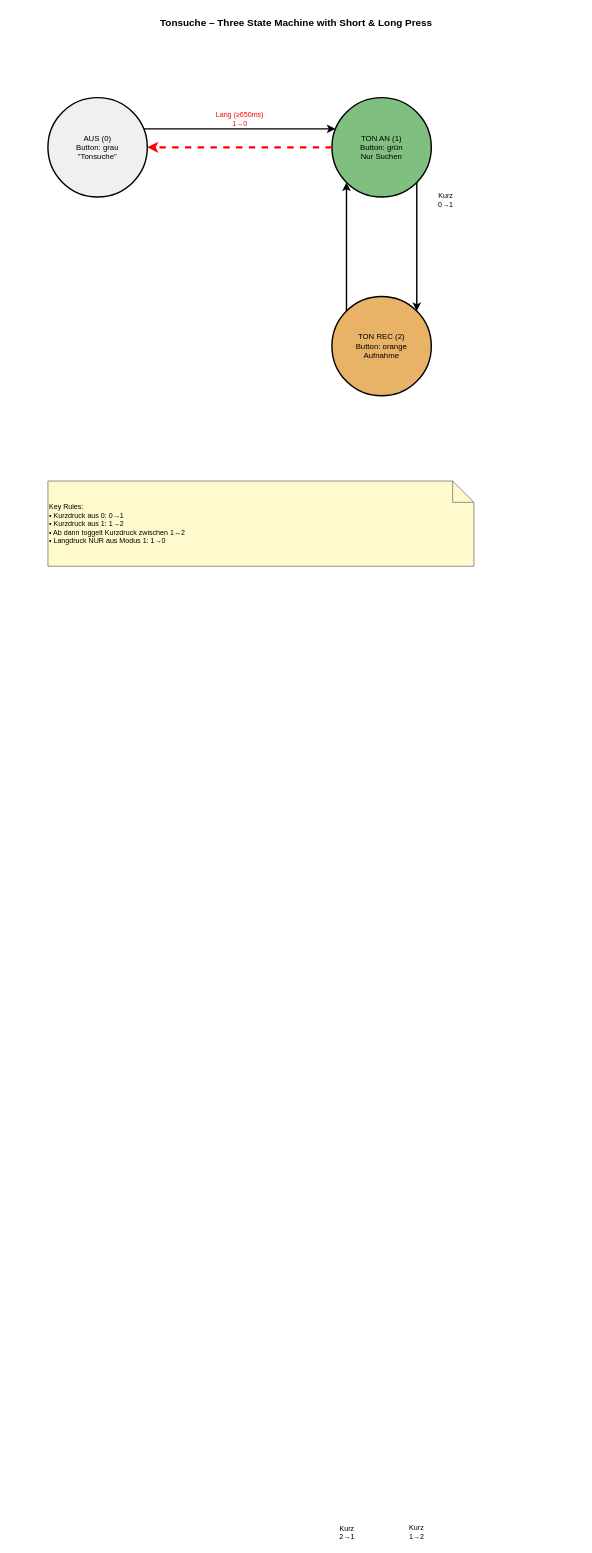
Earlier version of the draw.io diagram Dokumentation/Tonsuche_Kurz-Langdruck.drawio (bkarlpeter/Notentisch). Source tidied: cells renumbered, new cells numbered last; positions are measured from the earlier drawing's top-left corner, leaving out a move shared by most shapes. Both pictures are drawn from the tidied source at 71%, with x=0, y=0 at pixel (12, 12).
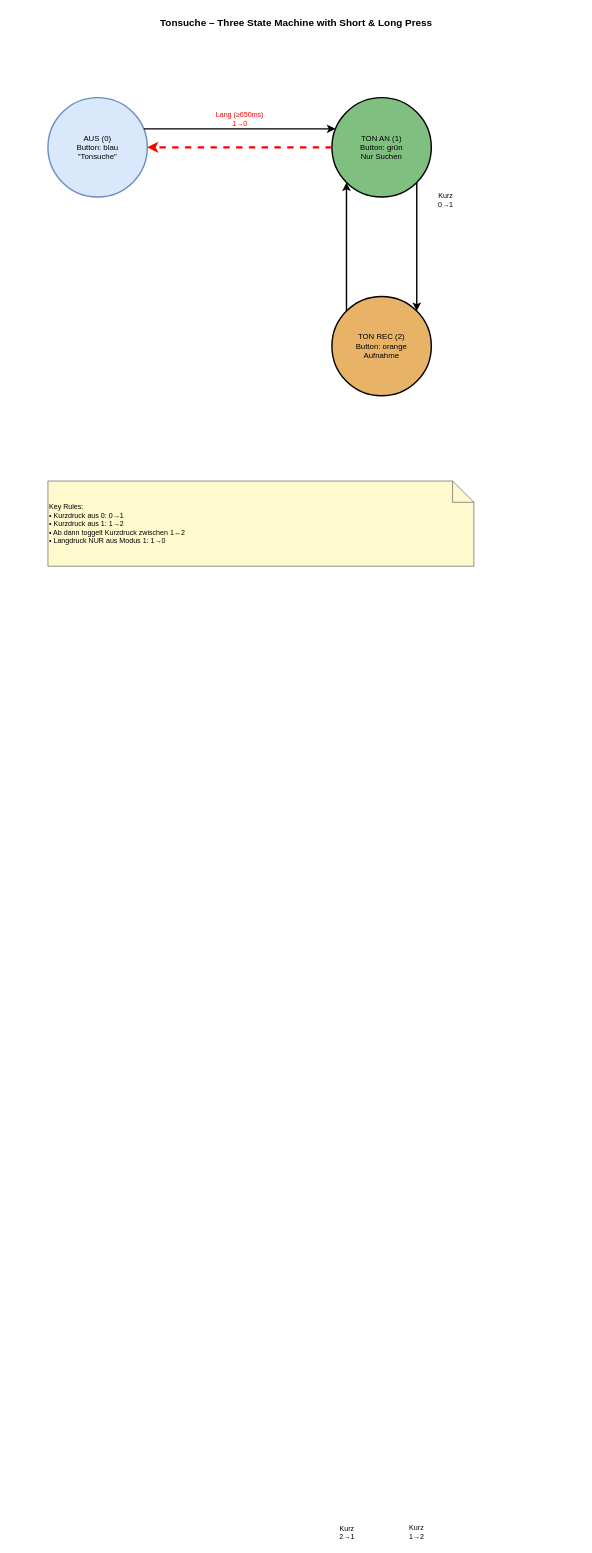
The same diagram, later.

Commit message (it also covers changes not shown here):
docs: clean local artifact ignores and update tonsuche diagrams

What changed in the source:
```diff
@@
 <mxGraphModel>
   <root>
     <mxCell id="0" />
     <mxCell id="1" parent="0" />
     <mxCell id="2" value="Tonsuche – Three State Machine with Short &amp; Long Press" style="text;html=1;strokeColor=none;fillColor=none;align=center;verticalAlign=middle;whiteSpace=wrap;rounded=0;fontSize=14;fontStyle=1;" parent="1" vertex="1">
       <mxGeometry width="800" height="30" as="geometry" />
     </mxCell>
-    <mxCell id="3" value="AUS (0)&#10;Button: grau&#10;&quot;Tonsuche&quot;" style="ellipse;whiteSpace=wrap;html=1;fillColor=#f0f0f0;strokeColor=#000;strokeWidth=2;fontSize=11;" parent="1" vertex="1">
+    <mxCell id="3" value="AUS (0)&#10;Button: blau&#10;&quot;Tonsuche&quot;" style="ellipse;whiteSpace=wrap;html=1;fillColor=#dae8fc;strokeColor=#6c8ebf;strokeWidth=2;fontSize=11;" parent="1" vertex="1">
       <mxGeometry x="50" y="120" width="140" height="140" as="geometry" />
     </mxCell>
     <mxCell id="4" value="TON AN (1)&#10;Button: grün&#10;Nur Suchen" style="ellipse;whiteSpace=wrap;html=1;fillColor=#7fbf7f;strokeColor=#000;strokeWidth=2;fontSize=11;" parent="1" vertex="1">
       <mxGeometry x="450" y="120" width="140" height="140" as="geometry" />
     </mxCell>
     <mxCell id="5" value="TON REC (2)&#10;Button: orange&#10;Aufnahme" style="ellipse;whiteSpace=wrap;html=1;fillColor=#e8b366;strokeColor=#000;strokeWidth=2;fontSize=11;" parent="1" vertex="1">
       <mxGeometry x="450" y="400" width="140" height="140" as="geometry" />
     </mxCell>
     <mxCell id="6" value="Kurz&#10;0→1" style="edgeStyle=orthogonalEdgeStyle;rounded=0;jettySize=auto;html=1;exitX=1;exitY=0.3;exitDx=0;exitDy=0;entryX=0;entryY=0.3;entryDx=0;entryDy=0;strokeWidth=2;fontSize=10;" parent="1" edge="1" source="3" target="4">
       <mxGeometry relative="1" as="geometry">
         <mxPoint x="290" y="100" as="offset" />
       </mxGeometry>
     </mxCell>
     <mxCell id="7" value="Kurz&#10;1→2" style="edgeStyle=orthogonalEdgeStyle;rounded=0;jettySize=auto;html=1;exitX=1;exitY=1;exitDx=0;exitDy=0;entryX=1;entryY=0;entryDx=0;entryDy=0;strokeWidth=2;fontSize=10;" parent="1" edge="1" source="4" target="5">
       <mxGeometry x="20" relative="1" as="geometry" />
     </mxCell>
     <mxCell id="8" value="Kurz&#10;2→1" style="edgeStyle=orthogonalEdgeStyle;rounded=0;jettySize=auto;html=1;exitX=0;exitY=0;exitDx=0;exitDy=0;entryX=0;entryY=1;entryDx=0;entryDy=0;strokeWidth=2;fontSize=10;" parent="1" edge="1" source="5" target="4">
       <mxGeometry x="-20" relative="1" as="geometry" />
     </mxCell>
     <mxCell id="9" value="Lang (≥650ms)&#10;1→0" style="edgeStyle=orthogonalEdgeStyle;rounded=1;jettySize=auto;html=1;exitX=0;exitY=0.5;exitDx=0;exitDy=0;entryX=1;entryY=0.5;entryDx=0;entryDy=0;strokeColor=#ff0000;strokeWidth=3;dashed=1;fontSize=10;fontColor=#ff0000;" parent="1" edge="1" source="4" target="3">
       <mxGeometry y="-40" relative="1" as="geometry" />
     </mxCell>
     <mxCell id="10" value="Key Rules:&#10;• Kurzdruck aus 0: 0→1&#10;• Kurzdruck aus 1: 1→2&#10;• Ab dann toggelt Kurzdruck zwischen 1↔2&#10;• Langdruck NUR aus Modus 1: 1→0" style="shape=note;html=1;noLabel=0;align=left;fontSize=10;fillColor=#fffacd;strokeColor=#666;" parent="1" vertex="1">
       <mxGeometry x="50" y="660" width="600" height="120" as="geometry" />
     </mxCell>
   </root>
 </mxGraphModel>
```
